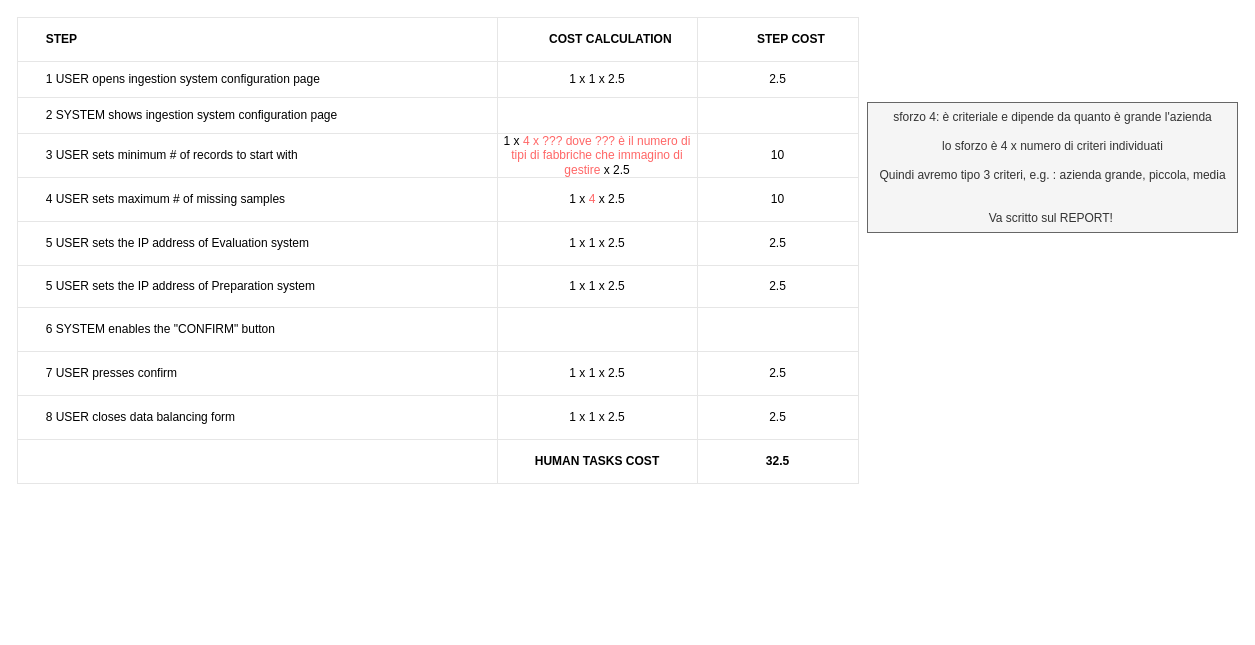
Above: configure/Capecchi/table ingestion system.drawio in BaffoBello14/AutomaticDamagesRecognition (draw.io), before the change. Source tidied: cells renumbered, new cells numbered last; positions are measured from the earlier drawing's top-left corner, leaving out a move shared by most shapes. Both pictures are drawn from the tidied source at 100%, with x=0, y=0 at pixel (17, 17).
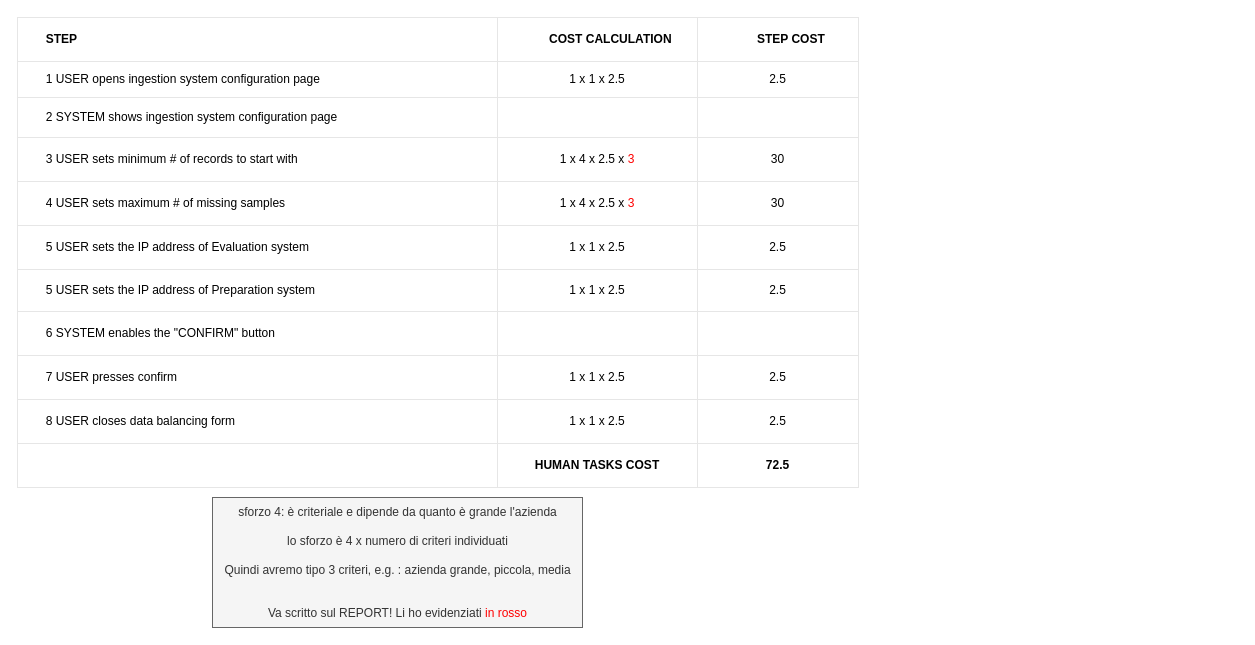
The same diagram, later.

The edit, as a diff of the source:
```diff
@@
     <mxCell id="2" style="childLayout=tableLayout;shadow=0;strokeColor=#E6E6E6;align=center;" parent="1" vertex="1">
-      <mxGeometry width="841" height="466" as="geometry" />
+      <mxGeometry width="841" height="470" as="geometry" />
     </mxCell>
@@
     <mxCell id="11" style="shape=tableRow;horizontal=0;startSize=0;swimlaneHead=0;swimlaneBody=0;top=0;left=0;bottom=0;right=0;fontStyle=0;fillColor=none;strokeColor=inherit;align=center;" parent="2" vertex="1">
-      <mxGeometry y="80" width="841" height="36" as="geometry" />
+      <mxGeometry y="80" width="841" height="40" as="geometry" />
     </mxCell>
     <mxCell id="12" value="&lt;span style=&quot;&quot;&gt;&#9;&lt;/span&gt;&lt;span style=&quot;white-space: pre;&quot;&gt;&#9;&lt;/span&gt;2 SYSTEM shows ingestion system configuration page" style="strokeColor=inherit;fillColor=none;align=left;whiteSpace=wrap;html=1;labelPosition=center;verticalLabelPosition=middle;verticalAlign=middle;" parent="11" vertex="1">
-      <mxGeometry width="480" height="36" as="geometry" />
+      <mxGeometry width="480" height="40" as="geometry" />
     </mxCell>
     <mxCell id="13" style="strokeColor=inherit;fillColor=none;align=center;whiteSpace=wrap;html=1;" parent="11" vertex="1">
-      <mxGeometry x="480" width="200" height="36" as="geometry" />
+      <mxGeometry x="480" width="200" height="40" as="geometry" />
     </mxCell>
     <mxCell id="14" style="strokeColor=inherit;fillColor=none;align=center;whiteSpace=wrap;html=1;" parent="11" vertex="1">
-      <mxGeometry x="680" width="161" height="36" as="geometry" />
+      <mxGeometry x="680" width="161" height="40" as="geometry" />
     </mxCell>
     <mxCell id="15" style="shape=tableRow;horizontal=0;startSize=0;swimlaneHead=0;swimlaneBody=0;top=0;left=0;bottom=0;right=0;fontStyle=0;fillColor=none;strokeColor=inherit;align=center;" parent="2" vertex="1">
-      <mxGeometry y="116" width="841" height="44" as="geometry" />
+      <mxGeometry y="120" width="841" height="44" as="geometry" />
     </mxCell>
@@
-    <mxCell id="17" value="1 x &lt;font color=&quot;#ff6666&quot;&gt;4 x ??? dove ??? è il numero di tipi di fabbriche che immagino di gestire&amp;nbsp;&lt;/font&gt;x 2.5" style="strokeColor=inherit;fillColor=none;align=center;whiteSpace=wrap;html=1;" parent="15" vertex="1">
+    <mxCell id="17" value="1 x 4 x 2.5 x &lt;font color=&quot;#ff0000&quot;&gt;3&lt;/font&gt;" style="strokeColor=inherit;fillColor=none;align=center;whiteSpace=wrap;html=1;" parent="15" vertex="1">
       <mxGeometry x="480" width="200" height="44" as="geometry" />
     </mxCell>
-    <mxCell id="18" value="10" style="strokeColor=inherit;fillColor=none;align=center;whiteSpace=wrap;html=1;" parent="15" vertex="1">
+    <mxCell id="18" value="30" style="strokeColor=inherit;fillColor=none;align=center;whiteSpace=wrap;html=1;" parent="15" vertex="1">
       <mxGeometry x="680" width="161" height="44" as="geometry" />
     </mxCell>
     <mxCell id="19" style="shape=tableRow;horizontal=0;startSize=0;swimlaneHead=0;swimlaneBody=0;top=0;left=0;bottom=0;right=0;fontStyle=0;fillColor=none;strokeColor=inherit;align=center;" parent="2" vertex="1">
-      <mxGeometry y="160" width="841" height="44" as="geometry" />
+      <mxGeometry y="164" width="841" height="44" as="geometry" />
     </mxCell>
@@
-    <mxCell id="21" value="1 x &lt;font color=&quot;#ff6666&quot;&gt;4 &lt;/font&gt;x 2.5" style="strokeColor=inherit;fillColor=none;align=center;whiteSpace=wrap;html=1;" parent="19" vertex="1">
+    <mxCell id="21" value="1 x 4 x 2.5 x &lt;font color=&quot;#ff0000&quot;&gt;3&lt;/font&gt;" style="strokeColor=inherit;fillColor=none;align=center;whiteSpace=wrap;html=1;" parent="19" vertex="1">
       <mxGeometry x="480" width="200" height="44" as="geometry" />
     </mxCell>
-    <mxCell id="22" value="10" style="strokeColor=inherit;fillColor=none;align=center;whiteSpace=wrap;html=1;" parent="19" vertex="1">
+    <mxCell id="22" value="30" style="strokeColor=inherit;fillColor=none;align=center;whiteSpace=wrap;html=1;" parent="19" vertex="1">
       <mxGeometry x="680" width="161" height="44" as="geometry" />
     </mxCell>
     <mxCell id="23" style="shape=tableRow;horizontal=0;startSize=0;swimlaneHead=0;swimlaneBody=0;top=0;left=0;bottom=0;right=0;fontStyle=0;fillColor=none;strokeColor=inherit;align=center;" parent="2" vertex="1">
-      <mxGeometry y="204" width="841" height="44" as="geometry" />
+      <mxGeometry y="208" width="841" height="44" as="geometry" />
     </mxCell>
@@
     <mxCell id="27" style="shape=tableRow;horizontal=0;startSize=0;swimlaneHead=0;swimlaneBody=0;top=0;left=0;bottom=0;right=0;fontStyle=0;fillColor=none;strokeColor=inherit;align=center;" parent="2" vertex="1">
-      <mxGeometry y="248" width="841" height="42" as="geometry" />
+      <mxGeometry y="252" width="841" height="42" as="geometry" />
     </mxCell>
@@
     <mxCell id="31" style="shape=tableRow;horizontal=0;startSize=0;swimlaneHead=0;swimlaneBody=0;top=0;left=0;bottom=0;right=0;fontStyle=0;fillColor=none;strokeColor=inherit;align=center;" parent="2" vertex="1">
-      <mxGeometry y="290" width="841" height="44" as="geometry" />
+      <mxGeometry y="294" width="841" height="44" as="geometry" />
     </mxCell>
@@
     <mxCell id="35" style="shape=tableRow;horizontal=0;startSize=0;swimlaneHead=0;swimlaneBody=0;top=0;left=0;bottom=0;right=0;fontStyle=0;fillColor=none;strokeColor=inherit;align=center;" parent="2" vertex="1">
-      <mxGeometry y="334" width="841" height="44" as="geometry" />
+      <mxGeometry y="338" width="841" height="44" as="geometry" />
     </mxCell>
@@
     <mxCell id="39" style="shape=tableRow;horizontal=0;startSize=0;swimlaneHead=0;swimlaneBody=0;top=0;left=0;bottom=0;right=0;fontStyle=0;fillColor=none;strokeColor=inherit;align=center;" parent="2" vertex="1">
-      <mxGeometry y="378" width="841" height="44" as="geometry" />
+      <mxGeometry y="382" width="841" height="44" as="geometry" />
     </mxCell>
@@
     <mxCell id="43" style="shape=tableRow;horizontal=0;startSize=0;swimlaneHead=0;swimlaneBody=0;top=0;left=0;bottom=0;right=0;fontStyle=0;fillColor=none;strokeColor=inherit;align=center;" parent="2" vertex="1">
-      <mxGeometry y="422" width="841" height="44" as="geometry" />
+      <mxGeometry y="426" width="841" height="44" as="geometry" />
     </mxCell>
@@
-    <mxCell id="46" value="32.5" style="strokeColor=inherit;fillColor=none;align=center;whiteSpace=wrap;html=1;fontStyle=1;" parent="43" vertex="1">
+    <mxCell id="46" value="72.5" style="strokeColor=inherit;fillColor=none;align=center;whiteSpace=wrap;html=1;fontStyle=1;" parent="43" vertex="1">
       <mxGeometry x="680" width="161" height="44" as="geometry" />
     </mxCell>
-    <mxCell id="47" value="sforzo 4: è criteriale e dipende da quanto è grande l'azienda&lt;br&gt;&lt;br&gt;lo sforzo è 4 x numero di criteri individuati&lt;br&gt;&lt;br&gt;Quindi avremo tipo 3 criteri, e.g. : azienda grande, piccola, media&lt;br&gt;&lt;br&gt;&lt;br&gt;Va scritto sul REPORT!&amp;nbsp;" style="text;html=1;align=center;verticalAlign=middle;fillColor=#f5f5f5;fontColor=#333333;strokeColor=#666666;" parent="1" vertex="1">
-      <mxGeometry x="850" y="85" width="370" height="130" as="geometry" />
+    <mxCell id="47" value="sforzo 4: è criteriale e dipende da quanto è grande l'azienda&lt;br&gt;&lt;br&gt;lo sforzo è 4 x numero di criteri individuati&lt;br&gt;&lt;br&gt;Quindi avremo tipo 3 criteri, e.g. : azienda grande, piccola, media&lt;br&gt;&lt;br&gt;&lt;br&gt;Va scritto sul REPORT! Li ho evidenziati &lt;font color=&quot;#ff0000&quot;&gt;in rosso&lt;/font&gt;" style="text;html=1;align=center;verticalAlign=middle;fillColor=#f5f5f5;fontColor=#333333;strokeColor=#666666;" parent="1" vertex="1">
+      <mxGeometry x="195" y="480" width="370" height="130" as="geometry" />
     </mxCell>
```
